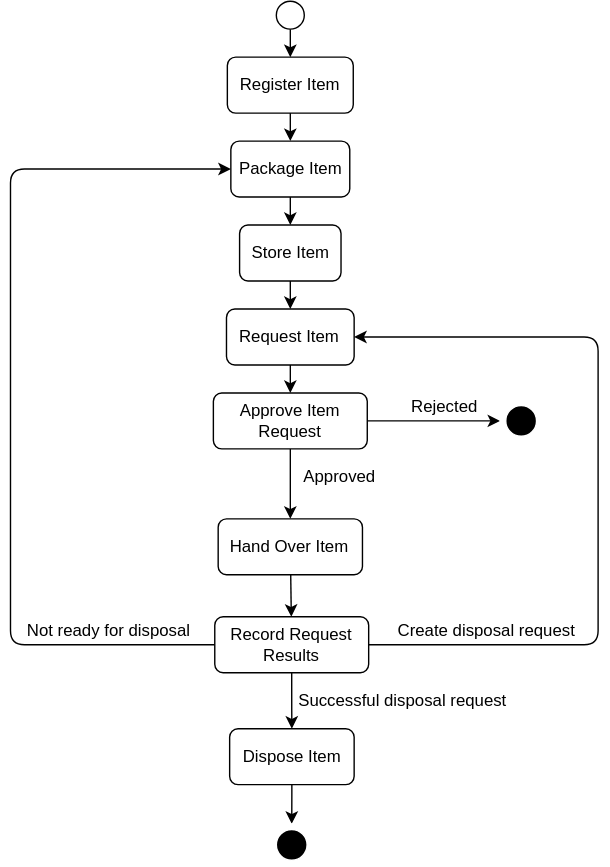
Earlier version of the draw.io export documentation/process-overview.drawio.svg (Gadnex/documentation-example). Source tidied: cells renumbered, new cells last; positions are measured from the earlier drawing's top-left corner, leaving out a move shared by most shapes.
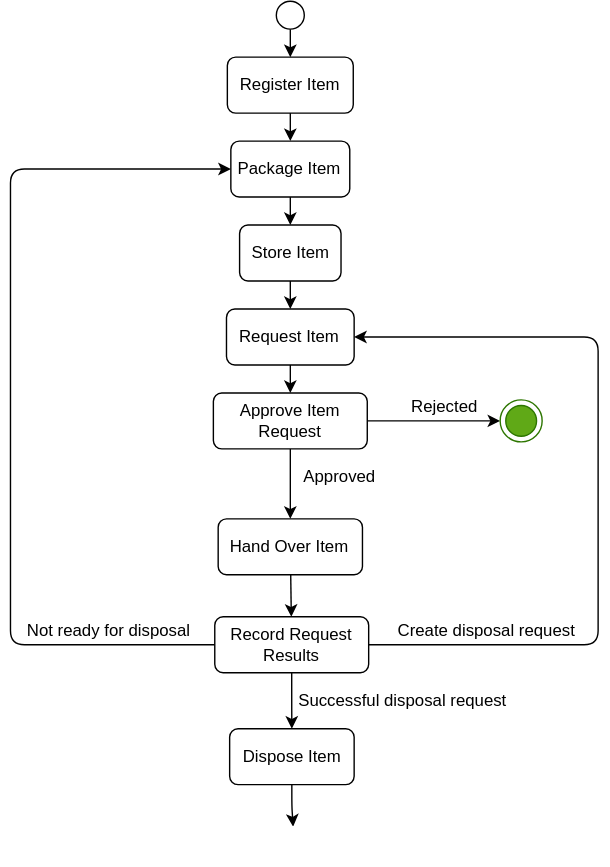
After the change.

The edit, as a diff of the source:
```diff
@@ -90,11 +90,11 @@
     <mxCell id="27" value="Successful disposal request" style="text;html=1;align=center;verticalAlign=middle;strokeColor=none;fillColor=none;" parent="1" vertex="1">
       <mxGeometry x="200" y="490" width="160" height="20" as="geometry" />
     </mxCell>
-    <mxCell id="28" style="ellipse;html=1;shape=endState;fillColor=#000000;strokeColor=#FFFFFF;" parent="1" vertex="1">
+    <mxCell id="28" style="ellipse;html=1;shape=endState;fillColor=#60a917;fontColor=#ffffff;strokeColor=#2D7600;" parent="1" vertex="1">
       <mxGeometry x="350" y="285" width="30" height="30" as="geometry" />
     </mxCell>
-    <mxCell id="29" style="ellipse;html=1;shape=endState;fillColor=#000000;strokeColor=#FFFFFF;" parent="1" vertex="1">
-      <mxGeometry x="186" y="588" width="30" height="30" as="geometry" />
+    <mxCell id="29" style="ellipse;html=1;shape=endState;fillColor=none;strokeColor=#FFFFFF;" parent="1" vertex="1">
+      <mxGeometry x="189" y="590" width="26" height="28" as="geometry" />
     </mxCell>
   </root>
 </mxGraphModel>
```
